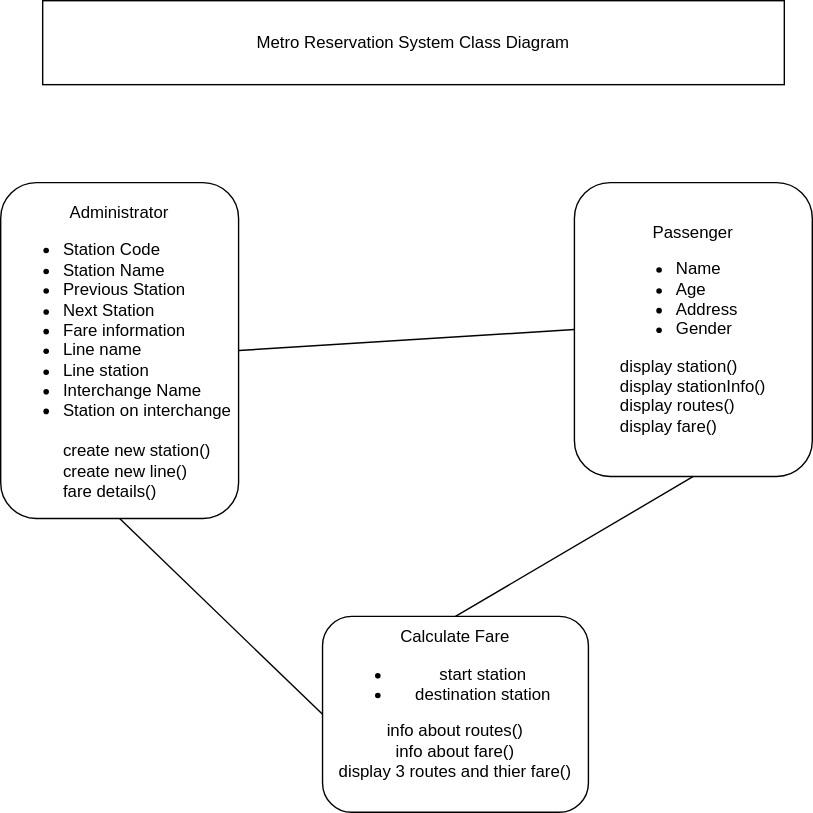
Before: Metro_reservation_system.svg, a diagram exported from draw.io (RidhimaBhandari/Software-Development-). Source tidied: cells renumbered, new cells last; positions are measured from the earlier drawing's top-left corner, leaving out a move shared by most shapes.
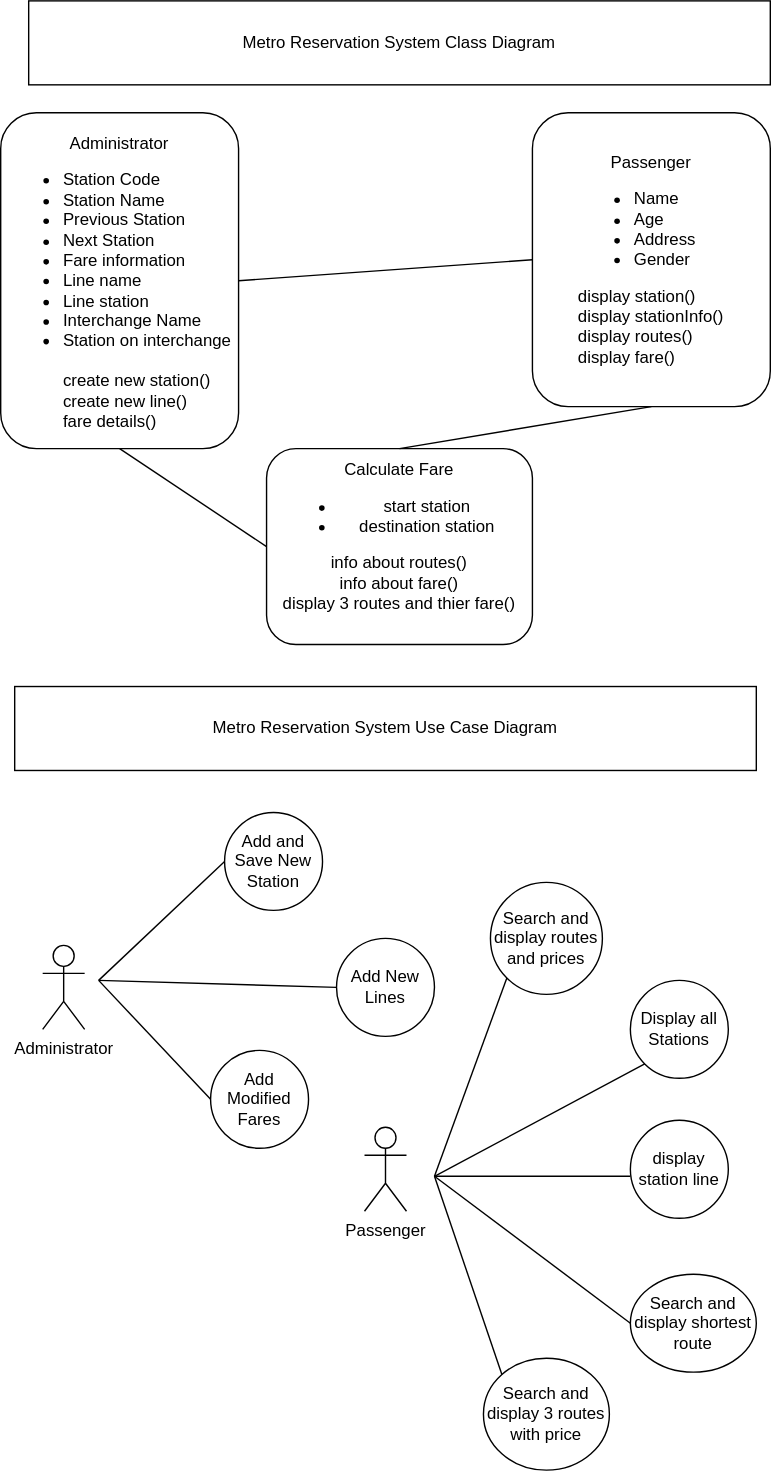
Above is the later version.

Change to the diagram source:
```diff
@@ -3,16 +3,16 @@
     <mxCell id="0" />
     <mxCell id="1" parent="0" />
     <mxCell id="2" value="&lt;div style=&quot;&quot;&gt;&lt;br&gt;&lt;/div&gt;&lt;div style=&quot;&quot;&gt;Administrator&lt;/div&gt;&lt;ul&gt;&lt;li style=&quot;text-align: left;&quot;&gt;Station Code&lt;/li&gt;&lt;li style=&quot;text-align: left;&quot;&gt;Station Name&lt;/li&gt;&lt;li style=&quot;text-align: left;&quot;&gt;Previous Station&lt;/li&gt;&lt;li style=&quot;text-align: left;&quot;&gt;Next Station&lt;/li&gt;&lt;li style=&quot;text-align: left;&quot;&gt;Fare information&lt;/li&gt;&lt;li style=&quot;text-align: left;&quot;&gt;Line name&lt;/li&gt;&lt;li style=&quot;text-align: left;&quot;&gt;Line station&lt;/li&gt;&lt;li style=&quot;text-align: left;&quot;&gt;Interchange Name&lt;/li&gt;&lt;li&gt;&lt;div style=&quot;text-align: left;&quot;&gt;Station on interchange&lt;/div&gt;&lt;div style=&quot;text-align: left;&quot;&gt;&lt;br&gt;&lt;/div&gt;&lt;div style=&quot;text-align: left;&quot;&gt;create new station()&lt;/div&gt;&lt;div style=&quot;text-align: left;&quot;&gt;create new line()&lt;/div&gt;&lt;div style=&quot;&quot;&gt;&lt;div style=&quot;text-align: left;&quot;&gt;fare details()&lt;/div&gt;&lt;/div&gt;&lt;/li&gt;&lt;/ul&gt;" style="rounded=1;whiteSpace=wrap;html=1;fontSize=12;" parent="1" vertex="1">
-      <mxGeometry y="130" width="170" height="240" as="geometry" />
+      <mxGeometry x="10" y="80" width="170" height="240" as="geometry" />
     </mxCell>
     <mxCell id="3" value="Metro Reservation System Class Diagram" style="rounded=0;whiteSpace=wrap;html=1;fontSize=12;" parent="1" vertex="1">
       <mxGeometry x="30" width="530" height="60" as="geometry" />
     </mxCell>
     <mxCell id="4" value="Calculate Fare&lt;br&gt;&lt;ul&gt;&lt;li&gt;start station&lt;/li&gt;&lt;li&gt;destination station&lt;/li&gt;&lt;/ul&gt;&lt;div&gt;info about routes()&lt;/div&gt;&lt;div&gt;info about fare()&lt;/div&gt;&lt;div&gt;display 3 routes and thier fare()&lt;/div&gt;&lt;div&gt;&lt;br&gt;&lt;/div&gt;" style="rounded=1;whiteSpace=wrap;html=1;fontSize=12;" parent="1" vertex="1">
-      <mxGeometry x="230" y="440" width="190" height="140" as="geometry" />
+      <mxGeometry x="200" y="320" width="190" height="140" as="geometry" />
     </mxCell>
     <mxCell id="5" value="Passenger&lt;br&gt;&lt;ul&gt;&lt;li style=&quot;text-align: left;&quot;&gt;Name&lt;/li&gt;&lt;li style=&quot;text-align: left;&quot;&gt;Age&lt;/li&gt;&lt;li style=&quot;text-align: left;&quot;&gt;Address&lt;/li&gt;&lt;li style=&quot;text-align: left;&quot;&gt;Gender&lt;/li&gt;&lt;/ul&gt;&lt;div style=&quot;text-align: left;&quot;&gt;display station()&lt;/div&gt;&lt;div style=&quot;text-align: left;&quot;&gt;display stationInfo()&lt;/div&gt;&lt;div style=&quot;text-align: left;&quot;&gt;display routes()&lt;/div&gt;&lt;div&gt;&lt;div style=&quot;text-align: left;&quot;&gt;display fare()&lt;/div&gt;&lt;/div&gt;" style="rounded=1;whiteSpace=wrap;html=1;fontSize=12;" parent="1" vertex="1">
-      <mxGeometry x="410" y="130" width="170" height="210" as="geometry" />
+      <mxGeometry x="390" y="80" width="170" height="210" as="geometry" />
     </mxCell>
     <mxCell id="6" style="endArrow=none;html=1;rounded=0;fontSize=12;exitX=1;exitY=0.5;exitDx=0;exitDy=0;entryX=0;entryY=0.5;entryDx=0;entryDy=0;" parent="1" edge="1" source="2" target="5">
       <mxGeometry relative="1" as="geometry" />
@@ -23,5 +23,79 @@
     <mxCell id="8" style="endArrow=none;html=1;rounded=0;fontSize=12;exitX=0.5;exitY=0;exitDx=0;exitDy=0;entryX=0.5;entryY=1;entryDx=0;entryDy=0;" parent="1" edge="1" source="4" target="5">
       <mxGeometry relative="1" as="geometry" />
     </mxCell>
+    <mxCell id="9" value="Metro Reservation System Use Case Diagram" style="rounded=0;whiteSpace=wrap;html=1;fontSize=12;" parent="1" vertex="1">
+      <mxGeometry x="20" y="490" width="530" height="60" as="geometry" />
+    </mxCell>
+    <mxCell id="10" value="Administrator" style="shape=umlActor;verticalLabelPosition=bottom;verticalAlign=top;html=1;fontSize=12;" parent="1" vertex="1">
+      <mxGeometry x="40" y="675" width="30" height="60" as="geometry" />
+    </mxCell>
+    <mxCell id="11" value="Passenger&lt;br&gt;" style="shape=umlActor;verticalLabelPosition=bottom;verticalAlign=top;html=1;fontSize=12;" parent="1" vertex="1">
+      <mxGeometry x="270" y="805" width="30" height="60" as="geometry" />
+    </mxCell>
+    <mxCell id="12" value="Add and Save New Station" style="ellipse;whiteSpace=wrap;html=1;fontSize=12;" parent="1" vertex="1">
+      <mxGeometry x="170" y="580" width="70" height="70" as="geometry" />
+    </mxCell>
+    <mxCell id="13" value="Add New Lines" style="ellipse;whiteSpace=wrap;html=1;fontSize=12;" parent="1" vertex="1">
+      <mxGeometry x="250" y="670" width="70" height="70" as="geometry" />
+    </mxCell>
+    <mxCell id="14" value="Add Modified Fares" style="ellipse;whiteSpace=wrap;html=1;fontSize=12;" parent="1" vertex="1">
+      <mxGeometry x="160" y="750" width="70" height="70" as="geometry" />
+    </mxCell>
+    <mxCell id="15" value="Search and display routes and prices" style="ellipse;whiteSpace=wrap;html=1;fontSize=12;" parent="1" vertex="1">
+      <mxGeometry x="360" y="630" width="80" height="80" as="geometry" />
+    </mxCell>
+    <mxCell id="16" value="Display all Stations" style="ellipse;whiteSpace=wrap;html=1;fontSize=12;" parent="1" vertex="1">
+      <mxGeometry x="460" y="700" width="70" height="70" as="geometry" />
+    </mxCell>
+    <mxCell id="17" value="display station line" style="ellipse;whiteSpace=wrap;html=1;fontSize=12;" parent="1" vertex="1">
+      <mxGeometry x="460" y="800" width="70" height="70" as="geometry" />
+    </mxCell>
+    <mxCell id="18" value="Search and display shortest route" style="ellipse;whiteSpace=wrap;html=1;fontSize=12;" parent="1" vertex="1">
+      <mxGeometry x="460" y="910" width="90" height="70" as="geometry" />
+    </mxCell>
+    <mxCell id="19" value="Search and display 3 routes with price" style="ellipse;whiteSpace=wrap;html=1;fontSize=12;" parent="1" vertex="1">
+      <mxGeometry x="355" y="970" width="90" height="80" as="geometry" />
+    </mxCell>
+    <mxCell id="20" style="endArrow=none;html=1;rounded=0;fontSize=12;entryX=0;entryY=0.5;entryDx=0;entryDy=0;" parent="1" edge="1" target="12">
+      <mxGeometry relative="1" as="geometry">
+        <mxPoint x="80" y="700" as="sourcePoint" />
+      </mxGeometry>
+    </mxCell>
+    <mxCell id="21" style="endArrow=none;html=1;rounded=0;fontSize=12;entryX=0;entryY=0.5;entryDx=0;entryDy=0;" parent="1" edge="1" target="13">
+      <mxGeometry relative="1" as="geometry">
+        <mxPoint x="80" y="700" as="sourcePoint" />
+      </mxGeometry>
+    </mxCell>
+    <mxCell id="22" style="endArrow=none;html=1;rounded=0;fontSize=12;entryX=0;entryY=0.5;entryDx=0;entryDy=0;" parent="1" edge="1" target="14">
+      <mxGeometry relative="1" as="geometry">
+        <mxPoint x="80" y="700" as="sourcePoint" />
+      </mxGeometry>
+    </mxCell>
+    <mxCell id="23" style="endArrow=none;html=1;rounded=0;fontSize=12;" parent="1" edge="1">
+      <mxGeometry relative="1" as="geometry">
+        <mxPoint x="320" y="840" as="sourcePoint" />
+        <mxPoint x="460" y="840" as="targetPoint" />
+      </mxGeometry>
+    </mxCell>
+    <mxCell id="24" style="endArrow=none;html=1;rounded=0;fontSize=12;entryX=0;entryY=0.5;entryDx=0;entryDy=0;" parent="1" edge="1" target="18">
+      <mxGeometry relative="1" as="geometry">
+        <mxPoint x="320" y="840" as="sourcePoint" />
+      </mxGeometry>
+    </mxCell>
+    <mxCell id="25" style="endArrow=none;html=1;rounded=0;fontSize=12;entryX=0;entryY=0;entryDx=0;entryDy=0;" parent="1" edge="1" target="19">
+      <mxGeometry relative="1" as="geometry">
+        <mxPoint x="320" y="840" as="sourcePoint" />
+      </mxGeometry>
+    </mxCell>
+    <mxCell id="26" style="endArrow=none;html=1;rounded=0;fontSize=12;entryX=0;entryY=1;entryDx=0;entryDy=0;" parent="1" edge="1" target="16">
+      <mxGeometry relative="1" as="geometry">
+        <mxPoint x="320" y="840" as="sourcePoint" />
+      </mxGeometry>
+    </mxCell>
+    <mxCell id="27" style="endArrow=none;html=1;rounded=0;fontSize=12;entryX=0;entryY=1;entryDx=0;entryDy=0;" parent="1" edge="1" target="15">
+      <mxGeometry relative="1" as="geometry">
+        <mxPoint x="320" y="840" as="sourcePoint" />
+      </mxGeometry>
+    </mxCell>
   </root>
 </mxGraphModel>
```
